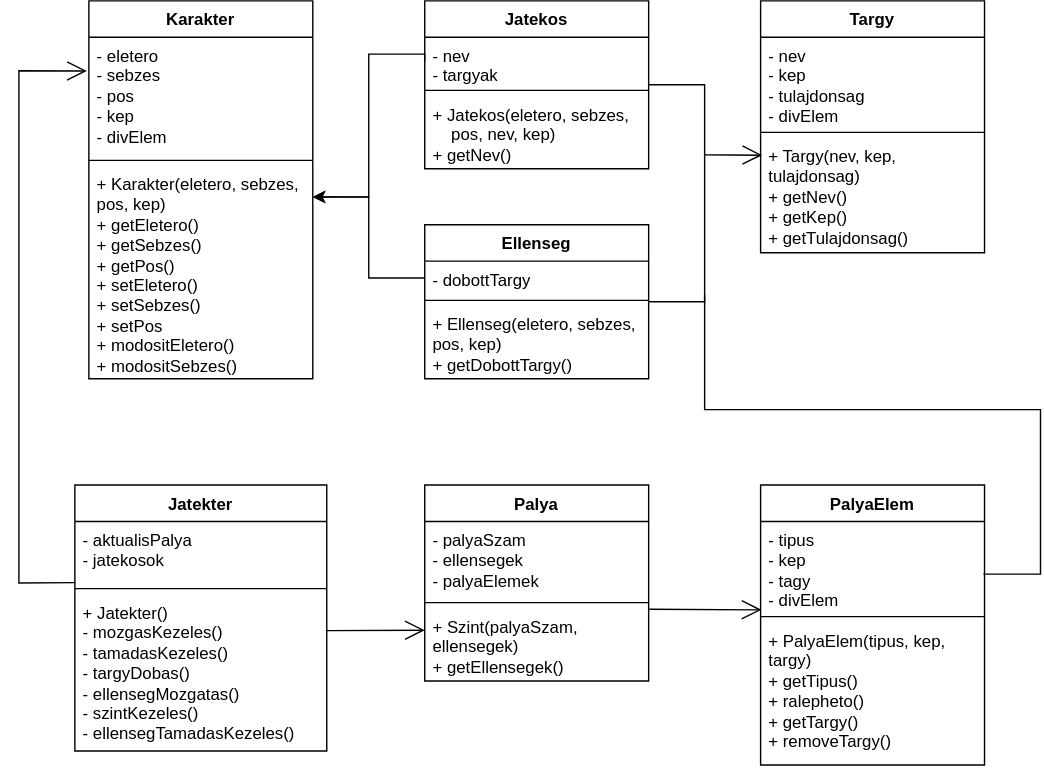
Earlier version of the draw.io export Dokumentumok/Jatek_Osztalyok.svg (Ez-meg-egyes/Multiplayer-jatek). Source tidied: cells renumbered, new cells last; positions are measured from the earlier drawing's top-left corner, leaving out a move shared by most shapes. Source of this version:
```xml
<mxGraphModel>
  <root>
    <mxCell id="0" />
    <mxCell id="1" parent="0" />
    <mxCell id="2" value="Targy" style="swimlane;fontStyle=1;align=center;verticalAlign=top;horizontal=1;startSize=26;whiteSpace=wrap;html=1;" parent="1" vertex="1">
      <mxGeometry x="530" width="160" height="180" as="geometry" />
    </mxCell>
    <mxCell id="3" value="- nev&lt;br&gt;- kep&lt;br&gt;- tulajdonsag&lt;br&gt;- divElem" style="text;strokeColor=none;fillColor=none;align=left;verticalAlign=top;spacingLeft=4;spacingRight=4;overflow=hidden;points=[[0,0.5],[1,0.5]];portConstraint=eastwest;whiteSpace=wrap;html=1;" parent="2" vertex="1">
      <mxGeometry y="26" width="160" height="64" as="geometry" />
    </mxCell>
    <mxCell id="4" style="line;strokeWidth=1;fillColor=none;align=left;verticalAlign=middle;spacingTop=-1;spacingLeft=3;spacingRight=3;labelPosition=right;strokeColor=inherit;" parent="2" vertex="1">
      <mxGeometry y="90" width="160" height="8" as="geometry" />
    </mxCell>
    <mxCell id="5" value="+ Targy(nev, kep, tulajdonsag)&lt;br&gt;+ getNev()&lt;br&gt;+ getKep()&lt;br&gt;+ getTulajdonsag()" style="text;strokeColor=none;fillColor=none;align=left;verticalAlign=top;spacingLeft=4;spacingRight=4;overflow=hidden;points=[[0,0.5],[1,0.5]];portConstraint=eastwest;whiteSpace=wrap;html=1;" parent="2" vertex="1">
      <mxGeometry y="98" width="160" height="82" as="geometry" />
    </mxCell>
    <mxCell id="6" value="Palya" style="swimlane;fontStyle=1;align=center;verticalAlign=top;horizontal=1;startSize=26;whiteSpace=wrap;html=1;" parent="1" vertex="1">
      <mxGeometry x="290" y="346" width="160" height="140" as="geometry" />
    </mxCell>
    <mxCell id="7" value="- palyaSzam&lt;br&gt;- ellensegek&lt;br&gt;- palyaElemek" style="text;strokeColor=none;fillColor=none;align=left;verticalAlign=top;spacingLeft=4;spacingRight=4;overflow=hidden;whiteSpace=wrap;html=1;" parent="6" vertex="1">
      <mxGeometry y="26" width="160" height="54" as="geometry" />
    </mxCell>
    <mxCell id="8" style="line;strokeWidth=1;fillColor=none;align=left;verticalAlign=middle;spacingTop=-1;spacingLeft=3;spacingRight=3;labelPosition=right;strokeColor=inherit;" parent="6" vertex="1">
      <mxGeometry y="80" width="160" height="8" as="geometry" />
    </mxCell>
    <mxCell id="9" style="endArrow=open;endFill=1;endSize=12;html=1;rounded=0;entryX=0;entryY=0.302;entryDx=0;entryDy=0;entryPerimeter=0;" parent="6" edge="1" target="10">
      <mxGeometry relative="1" as="geometry">
        <mxPoint x="-70" y="104" as="sourcePoint" />
      </mxGeometry>
    </mxCell>
    <mxCell id="10" value="+ Szint(palyaSzam, ellensegek)&lt;br&gt;+ getEllensegek()" style="text;strokeColor=none;fillColor=none;align=left;verticalAlign=top;spacingLeft=4;spacingRight=4;overflow=hidden;points=[[0,0.5],[1,0.5]];portConstraint=eastwest;whiteSpace=wrap;html=1;" parent="6" vertex="1">
      <mxGeometry y="88" width="160" height="52" as="geometry" />
    </mxCell>
    <mxCell id="11" style="edgeStyle=orthogonalEdgeStyle;rounded=0;jettySize=auto;html=1;exitX=0;exitY=0.5;exitDx=0;exitDy=0;entryX=1;entryY=0.146;entryDx=0;entryDy=0;entryPerimeter=0;" parent="1" edge="1" source="13" target="27">
      <mxGeometry relative="1" as="geometry">
        <Array as="points">
          <mxPoint x="250" y="198" />
          <mxPoint x="250" y="140" />
        </Array>
      </mxGeometry>
    </mxCell>
    <mxCell id="12" value="Ellenseg" style="swimlane;fontStyle=1;align=center;verticalAlign=top;horizontal=1;startSize=26;whiteSpace=wrap;html=1;" parent="1" vertex="1">
      <mxGeometry x="290" y="160" width="160" height="110" as="geometry" />
    </mxCell>
    <mxCell id="13" value="- dobottTargy" style="text;strokeColor=none;fillColor=none;align=left;verticalAlign=top;spacingLeft=4;spacingRight=4;overflow=hidden;points=[[0,0.5],[1,0.5]];portConstraint=eastwest;whiteSpace=wrap;html=1;" parent="12" vertex="1">
      <mxGeometry y="26" width="160" height="24" as="geometry" />
    </mxCell>
    <mxCell id="14" style="line;strokeWidth=1;fillColor=none;align=left;verticalAlign=middle;spacingTop=-1;spacingLeft=3;spacingRight=3;labelPosition=right;strokeColor=inherit;" parent="12" vertex="1">
      <mxGeometry y="50" width="160" height="8" as="geometry" />
    </mxCell>
    <mxCell id="15" value="+ Ellenseg(eletero, sebzes, pos, kep)&lt;br&gt;+ getDobottTargy()" style="text;strokeColor=none;fillColor=none;align=left;verticalAlign=top;spacingLeft=4;spacingRight=4;overflow=hidden;whiteSpace=wrap;html=1;" parent="12" vertex="1">
      <mxGeometry y="58" width="160" height="52" as="geometry" />
    </mxCell>
    <mxCell id="16" value="Jatekos" style="swimlane;fontStyle=1;align=center;verticalAlign=top;horizontal=1;startSize=26;whiteSpace=wrap;html=1;" parent="1" vertex="1">
      <mxGeometry x="290" width="160" height="120" as="geometry" />
    </mxCell>
    <mxCell id="17" value="- nev&lt;br&gt;- targyak" style="text;strokeColor=none;fillColor=none;align=left;verticalAlign=top;spacingLeft=4;spacingRight=4;overflow=hidden;points=[[0,0.5],[1,0.5]];portConstraint=eastwest;whiteSpace=wrap;html=1;" parent="16" vertex="1">
      <mxGeometry y="26" width="160" height="34" as="geometry" />
    </mxCell>
    <mxCell id="18" style="line;strokeWidth=1;fillColor=none;align=left;verticalAlign=middle;spacingTop=-1;spacingLeft=3;spacingRight=3;labelPosition=right;strokeColor=inherit;" parent="16" vertex="1">
      <mxGeometry y="60" width="160" height="8" as="geometry" />
    </mxCell>
    <mxCell id="19" value="+ Jatekos(eletero, sebzes, &lt;br&gt;&lt;span style=&quot;&quot;&gt;&lt;span style=&quot;&quot;&gt;&amp;nbsp;&amp;nbsp;&amp;nbsp;&amp;nbsp;&lt;/span&gt;&lt;/span&gt;pos, nev, kep)&lt;br&gt;+ getNev()" style="text;strokeColor=none;fillColor=none;align=left;verticalAlign=top;spacingLeft=4;spacingRight=4;overflow=hidden;whiteSpace=wrap;html=1;" parent="16" vertex="1">
      <mxGeometry y="68" width="160" height="52" as="geometry" />
    </mxCell>
    <mxCell id="20" value="Jatekter" style="swimlane;fontStyle=1;align=center;verticalAlign=top;horizontal=1;startSize=26;whiteSpace=wrap;html=1;" parent="1" vertex="1">
      <mxGeometry x="40" y="346" width="180" height="190" as="geometry" />
    </mxCell>
    <mxCell id="21" value="- aktualisPalya&lt;br&gt;- jatekosok" style="text;strokeColor=none;fillColor=none;align=left;verticalAlign=top;spacingLeft=4;spacingRight=4;overflow=hidden;points=[[0,0.5],[1,0.5]];portConstraint=eastwest;whiteSpace=wrap;html=1;" parent="20" vertex="1">
      <mxGeometry y="26" width="180" height="44" as="geometry" />
    </mxCell>
    <mxCell id="22" style="line;strokeWidth=1;fillColor=none;align=left;verticalAlign=middle;spacingTop=-1;spacingLeft=3;spacingRight=3;labelPosition=right;strokeColor=inherit;" parent="20" vertex="1">
      <mxGeometry y="70" width="180" height="8" as="geometry" />
    </mxCell>
    <mxCell id="23" value="+ Jatekter()&lt;br&gt;- mozgasKezeles()&lt;br&gt;- tamadasKezeles()&lt;br&gt;- targyDobas()&lt;br&gt;- ellensegMozgatas()&lt;br&gt;- szintKezeles()&lt;br&gt;- ellensegTamadasKezeles()&lt;br&gt;" style="text;strokeColor=none;fillColor=none;align=left;verticalAlign=top;spacingLeft=4;spacingRight=4;overflow=hidden;whiteSpace=wrap;html=1;" parent="20" vertex="1">
      <mxGeometry y="78" width="180" height="112" as="geometry" />
    </mxCell>
    <mxCell id="24" value="Karakter" style="swimlane;fontStyle=1;align=center;verticalAlign=top;horizontal=1;startSize=26;whiteSpace=wrap;html=1;" parent="1" vertex="1">
      <mxGeometry x="50" width="160" height="270" as="geometry" />
    </mxCell>
    <mxCell id="25" value="- eletero&lt;br&gt;- sebzes&lt;br&gt;- pos&lt;br&gt;- kep&lt;br&gt;- divElem" style="text;strokeColor=none;fillColor=none;align=left;verticalAlign=top;spacingLeft=4;spacingRight=4;overflow=hidden;points=[[0,0.5],[1,0.5]];portConstraint=eastwest;whiteSpace=wrap;html=1;" parent="24" vertex="1">
      <mxGeometry y="26" width="160" height="84" as="geometry" />
    </mxCell>
    <mxCell id="26" style="line;strokeWidth=1;fillColor=none;align=left;verticalAlign=middle;spacingTop=-1;spacingLeft=3;spacingRight=3;labelPosition=right;strokeColor=inherit;" parent="24" vertex="1">
      <mxGeometry y="110" width="160" height="8" as="geometry" />
    </mxCell>
    <mxCell id="27" value="+ Karakter(eletero, sebzes, pos, kep)&lt;br&gt;+ getEletero()&lt;br&gt;+ getSebzes()&lt;br&gt;+ getPos()&lt;br&gt;+ setEletero()&lt;br&gt;+ setSebzes()&lt;br&gt;+ setPos&lt;br&gt;+ modositEletero()&lt;br&gt;+ modositSebzes()" style="text;strokeColor=none;fillColor=none;align=left;verticalAlign=top;spacingLeft=4;spacingRight=4;overflow=hidden;points=[[0,0.5],[1,0.5]];portConstraint=eastwest;whiteSpace=wrap;html=1;" parent="24" vertex="1">
      <mxGeometry y="118" width="160" height="152" as="geometry" />
    </mxCell>
    <mxCell id="28" value="PalyaElem" style="swimlane;fontStyle=1;align=center;verticalAlign=top;horizontal=1;startSize=26;whiteSpace=wrap;html=1;" parent="1" vertex="1">
      <mxGeometry x="530" y="346" width="160" height="200" as="geometry" />
    </mxCell>
    <mxCell id="29" value="- tipus&lt;br&gt;- kep&lt;br&gt;- tagy&lt;br&gt;- divElem" style="text;strokeColor=none;fillColor=none;align=left;verticalAlign=top;spacingLeft=4;spacingRight=4;overflow=hidden;points=[[0,0.5],[1,0.5]];portConstraint=eastwest;whiteSpace=wrap;html=1;" parent="28" vertex="1">
      <mxGeometry y="26" width="160" height="64" as="geometry" />
    </mxCell>
    <mxCell id="30" style="line;strokeWidth=1;fillColor=none;align=left;verticalAlign=middle;spacingTop=-1;spacingLeft=3;spacingRight=3;labelPosition=right;strokeColor=inherit;" parent="28" vertex="1">
      <mxGeometry y="90" width="160" height="8" as="geometry" />
    </mxCell>
    <mxCell id="31" value="+ PalyaElem(tipus, kep, targy)&lt;br&gt;+ getTipus()&lt;br&gt;+ ralepheto()&lt;br&gt;+ getTargy()&lt;br&gt;+ removeTargy()&lt;br&gt;" style="text;strokeColor=none;fillColor=none;align=left;verticalAlign=top;spacingLeft=4;spacingRight=4;overflow=hidden;whiteSpace=wrap;html=1;" parent="28" vertex="1">
      <mxGeometry y="98" width="160" height="102" as="geometry" />
    </mxCell>
    <mxCell id="32" style="edgeStyle=orthogonalEdgeStyle;rounded=0;jettySize=auto;html=1;exitX=0;exitY=0.5;exitDx=0;exitDy=0;entryX=1;entryY=0.151;entryDx=0;entryDy=0;entryPerimeter=0;" parent="1" edge="1" source="17" target="27">
      <mxGeometry relative="1" as="geometry">
        <Array as="points">
          <mxPoint x="250" y="38" />
          <mxPoint x="250" y="140" />
          <mxPoint x="210" y="140" />
        </Array>
      </mxGeometry>
    </mxCell>
    <mxCell id="33" style="endArrow=open;endFill=1;endSize=12;html=1;rounded=0;exitX=1.003;exitY=0.015;exitDx=0;exitDy=0;exitPerimeter=0;entryX=0.004;entryY=0.987;entryDx=0;entryDy=0;entryPerimeter=0;" parent="1" edge="1" source="10" target="29">
      <mxGeometry relative="1" as="geometry" />
    </mxCell>
    <mxCell id="34" style="endArrow=open;endFill=1;endSize=12;html=1;rounded=0;entryX=0.007;entryY=0.15;entryDx=0;entryDy=0;entryPerimeter=0;" parent="1" edge="1" target="5">
      <mxGeometry relative="1" as="geometry">
        <mxPoint x="450" y="60" as="sourcePoint" />
        <Array as="points">
          <mxPoint x="490" y="60" />
          <mxPoint x="490" y="110" />
        </Array>
      </mxGeometry>
    </mxCell>
    <mxCell id="35" style="endArrow=none;html=1;edgeStyle=orthogonalEdgeStyle;rounded=0;exitX=1;exitY=0.5;exitDx=0;exitDy=0;" parent="1" edge="1" source="12">
      <mxGeometry relative="1" as="geometry">
        <mxPoint x="490" y="110" as="targetPoint" />
        <Array as="points">
          <mxPoint x="490" y="215" />
        </Array>
      </mxGeometry>
    </mxCell>
    <mxCell id="36" style="endArrow=none;html=1;edgeStyle=orthogonalEdgeStyle;rounded=0;exitX=0.995;exitY=0.588;exitDx=0;exitDy=0;exitPerimeter=0;" parent="1" edge="1" source="29">
      <mxGeometry relative="1" as="geometry">
        <mxPoint x="490" y="210" as="targetPoint" />
        <Array as="points">
          <mxPoint x="730" y="410" />
          <mxPoint x="730" y="292" />
          <mxPoint x="490" y="292" />
        </Array>
      </mxGeometry>
    </mxCell>
    <mxCell id="37" style="endArrow=open;endFill=1;endSize=12;html=1;rounded=0;exitX=0.002;exitY=0.994;exitDx=0;exitDy=0;exitPerimeter=0;entryX=-0.009;entryY=0.287;entryDx=0;entryDy=0;entryPerimeter=0;" parent="1" edge="1" source="21" target="25">
      <mxGeometry relative="1" as="geometry">
        <Array as="points">
          <mxPoint y="416" />
          <mxPoint y="50" />
        </Array>
      </mxGeometry>
    </mxCell>
  </root>
</mxGraphModel>
```
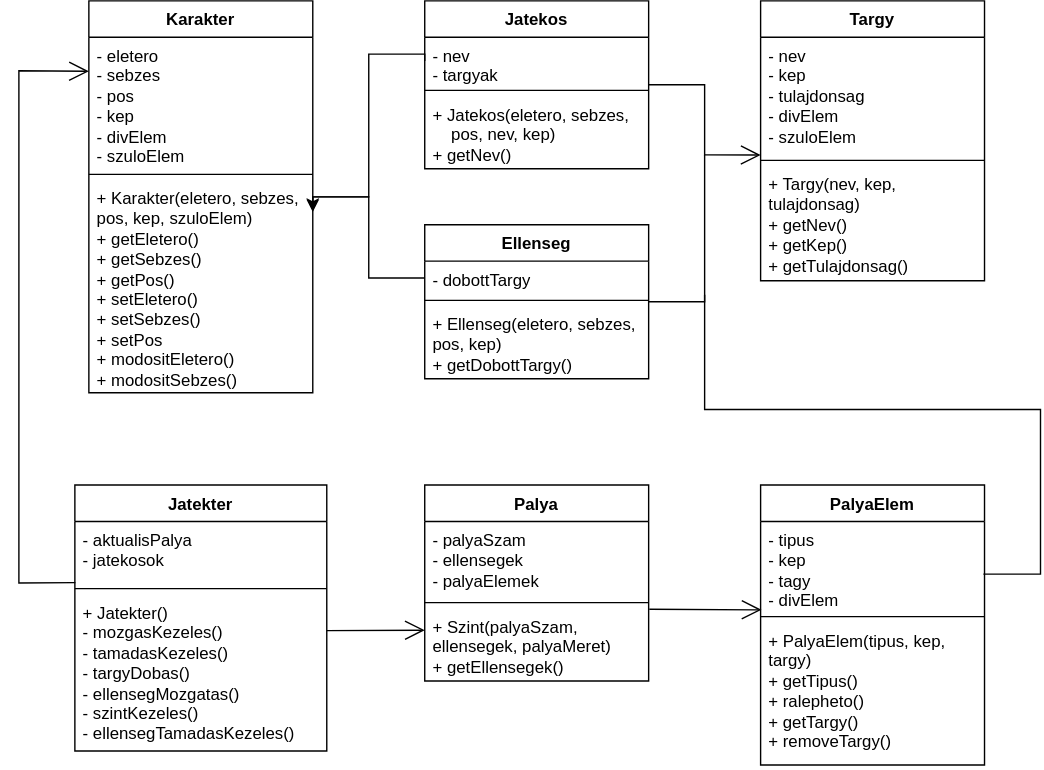
The same file after the commit.

Commit message:
UML-módosítása

What changed in the source:
```diff
@@ -3,16 +3,16 @@
     <mxCell id="0" />
     <mxCell id="1" parent="0" />
     <mxCell id="2" value="Targy" style="swimlane;fontStyle=1;align=center;verticalAlign=top;horizontal=1;startSize=26;whiteSpace=wrap;html=1;" parent="1" vertex="1">
-      <mxGeometry x="530" width="160" height="180" as="geometry" />
+      <mxGeometry x="530" width="160" height="200" as="geometry" />
     </mxCell>
-    <mxCell id="3" value="- nev&lt;br&gt;- kep&lt;br&gt;- tulajdonsag&lt;br&gt;- divElem" style="text;strokeColor=none;fillColor=none;align=left;verticalAlign=top;spacingLeft=4;spacingRight=4;overflow=hidden;points=[[0,0.5],[1,0.5]];portConstraint=eastwest;whiteSpace=wrap;html=1;" parent="2" vertex="1">
-      <mxGeometry y="26" width="160" height="64" as="geometry" />
+    <mxCell id="3" value="- nev&lt;br&gt;- kep&lt;br&gt;- tulajdonsag&lt;br&gt;- divElem&lt;br&gt;- szuloElem" style="text;strokeColor=none;fillColor=none;align=left;verticalAlign=top;spacingLeft=4;spacingRight=4;overflow=hidden;points=[[0,0.5],[1,0.5]];portConstraint=eastwest;whiteSpace=wrap;html=1;" parent="2" vertex="1">
+      <mxGeometry y="26" width="160" height="84" as="geometry" />
     </mxCell>
     <mxCell id="4" style="line;strokeWidth=1;fillColor=none;align=left;verticalAlign=middle;spacingTop=-1;spacingLeft=3;spacingRight=3;labelPosition=right;strokeColor=inherit;" parent="2" vertex="1">
-      <mxGeometry y="90" width="160" height="8" as="geometry" />
+      <mxGeometry y="110" width="160" height="8" as="geometry" />
     </mxCell>
     <mxCell id="5" value="+ Targy(nev, kep, tulajdonsag)&lt;br&gt;+ getNev()&lt;br&gt;+ getKep()&lt;br&gt;+ getTulajdonsag()" style="text;strokeColor=none;fillColor=none;align=left;verticalAlign=top;spacingLeft=4;spacingRight=4;overflow=hidden;points=[[0,0.5],[1,0.5]];portConstraint=eastwest;whiteSpace=wrap;html=1;" parent="2" vertex="1">
-      <mxGeometry y="98" width="160" height="82" as="geometry" />
+      <mxGeometry y="118" width="160" height="82" as="geometry" />
     </mxCell>
     <mxCell id="6" value="Palya" style="swimlane;fontStyle=1;align=center;verticalAlign=top;horizontal=1;startSize=26;whiteSpace=wrap;html=1;" parent="1" vertex="1">
       <mxGeometry x="290" y="346" width="160" height="140" as="geometry" />
@@ -28,7 +28,7 @@
         <mxPoint x="-70" y="104" as="sourcePoint" />
       </mxGeometry>
     </mxCell>
-    <mxCell id="10" value="+ Szint(palyaSzam, ellensegek)&lt;br&gt;+ getEllensegek()" style="text;strokeColor=none;fillColor=none;align=left;verticalAlign=top;spacingLeft=4;spacingRight=4;overflow=hidden;points=[[0,0.5],[1,0.5]];portConstraint=eastwest;whiteSpace=wrap;html=1;" parent="6" vertex="1">
+    <mxCell id="10" value="+ Szint(palyaSzam, ellensegek, palyaMeret)&lt;br&gt;+ getEllensegek()" style="text;strokeColor=none;fillColor=none;align=left;verticalAlign=top;spacingLeft=4;spacingRight=4;overflow=hidden;points=[[0,0.5],[1,0.5]];portConstraint=eastwest;whiteSpace=wrap;html=1;" parent="6" vertex="1">
       <mxGeometry y="88" width="160" height="52" as="geometry" />
     </mxCell>
     <mxCell id="11" style="edgeStyle=orthogonalEdgeStyle;rounded=0;jettySize=auto;html=1;exitX=0;exitY=0.5;exitDx=0;exitDy=0;entryX=1;entryY=0.146;entryDx=0;entryDy=0;entryPerimeter=0;" parent="1" edge="1" source="13" target="27">
@@ -76,16 +76,16 @@
       <mxGeometry y="78" width="180" height="112" as="geometry" />
     </mxCell>
     <mxCell id="24" value="Karakter" style="swimlane;fontStyle=1;align=center;verticalAlign=top;horizontal=1;startSize=26;whiteSpace=wrap;html=1;" parent="1" vertex="1">
-      <mxGeometry x="50" width="160" height="270" as="geometry" />
+      <mxGeometry x="50" width="160" height="280" as="geometry" />
     </mxCell>
-    <mxCell id="25" value="- eletero&lt;br&gt;- sebzes&lt;br&gt;- pos&lt;br&gt;- kep&lt;br&gt;- divElem" style="text;strokeColor=none;fillColor=none;align=left;verticalAlign=top;spacingLeft=4;spacingRight=4;overflow=hidden;points=[[0,0.5],[1,0.5]];portConstraint=eastwest;whiteSpace=wrap;html=1;" parent="24" vertex="1">
-      <mxGeometry y="26" width="160" height="84" as="geometry" />
+    <mxCell id="25" value="- eletero&lt;br&gt;- sebzes&lt;br&gt;- pos&lt;br&gt;- kep&lt;br&gt;- divElem&lt;br&gt;- szuloElem" style="text;strokeColor=none;fillColor=none;align=left;verticalAlign=top;spacingLeft=4;spacingRight=4;overflow=hidden;points=[[0,0.5],[1,0.5]];portConstraint=eastwest;whiteSpace=wrap;html=1;" parent="24" vertex="1">
+      <mxGeometry y="26" width="160" height="94" as="geometry" />
     </mxCell>
     <mxCell id="26" style="line;strokeWidth=1;fillColor=none;align=left;verticalAlign=middle;spacingTop=-1;spacingLeft=3;spacingRight=3;labelPosition=right;strokeColor=inherit;" parent="24" vertex="1">
-      <mxGeometry y="110" width="160" height="8" as="geometry" />
+      <mxGeometry y="120" width="160" height="8" as="geometry" />
     </mxCell>
-    <mxCell id="27" value="+ Karakter(eletero, sebzes, pos, kep)&lt;br&gt;+ getEletero()&lt;br&gt;+ getSebzes()&lt;br&gt;+ getPos()&lt;br&gt;+ setEletero()&lt;br&gt;+ setSebzes()&lt;br&gt;+ setPos&lt;br&gt;+ modositEletero()&lt;br&gt;+ modositSebzes()" style="text;strokeColor=none;fillColor=none;align=left;verticalAlign=top;spacingLeft=4;spacingRight=4;overflow=hidden;points=[[0,0.5],[1,0.5]];portConstraint=eastwest;whiteSpace=wrap;html=1;" parent="24" vertex="1">
-      <mxGeometry y="118" width="160" height="152" as="geometry" />
+    <mxCell id="27" value="+ Karakter(eletero, sebzes, pos, kep, szuloElem)&lt;br&gt;+ getEletero()&lt;br&gt;+ getSebzes()&lt;br&gt;+ getPos()&lt;br&gt;+ setEletero()&lt;br&gt;+ setSebzes()&lt;br&gt;+ setPos&lt;br&gt;+ modositEletero()&lt;br&gt;+ modositSebzes()" style="text;strokeColor=none;fillColor=none;align=left;verticalAlign=top;spacingLeft=4;spacingRight=4;overflow=hidden;points=[[0,0.5],[1,0.5]];portConstraint=eastwest;whiteSpace=wrap;html=1;" parent="24" vertex="1">
+      <mxGeometry y="128" width="160" height="152" as="geometry" />
     </mxCell>
     <mxCell id="28" value="PalyaElem" style="swimlane;fontStyle=1;align=center;verticalAlign=top;horizontal=1;startSize=26;whiteSpace=wrap;html=1;" parent="1" vertex="1">
       <mxGeometry x="530" y="346" width="160" height="200" as="geometry" />
@@ -111,7 +111,7 @@
     <mxCell id="33" style="endArrow=open;endFill=1;endSize=12;html=1;rounded=0;exitX=1.003;exitY=0.015;exitDx=0;exitDy=0;exitPerimeter=0;entryX=0.004;entryY=0.987;entryDx=0;entryDy=0;entryPerimeter=0;" parent="1" edge="1" source="10" target="29">
       <mxGeometry relative="1" as="geometry" />
     </mxCell>
-    <mxCell id="34" style="endArrow=open;endFill=1;endSize=12;html=1;rounded=0;entryX=0.007;entryY=0.15;entryDx=0;entryDy=0;entryPerimeter=0;" parent="1" edge="1" target="5">
+    <mxCell id="34" style="endArrow=open;endFill=1;endSize=12;html=1;rounded=0;entryX=0;entryY=1.002;entryDx=0;entryDy=0;entryPerimeter=0;" parent="1" edge="1" target="3">
       <mxGeometry relative="1" as="geometry">
         <mxPoint x="450" y="60" as="sourcePoint" />
         <Array as="points">
@@ -138,7 +138,7 @@
         </Array>
       </mxGeometry>
     </mxCell>
-    <mxCell id="37" style="endArrow=open;endFill=1;endSize=12;html=1;rounded=0;exitX=0.002;exitY=0.994;exitDx=0;exitDy=0;exitPerimeter=0;entryX=-0.009;entryY=0.287;entryDx=0;entryDy=0;entryPerimeter=0;" parent="1" edge="1" source="21" target="25">
+    <mxCell id="37" style="endArrow=open;endFill=1;endSize=12;html=1;rounded=0;exitX=0.002;exitY=0.994;exitDx=0;exitDy=0;exitPerimeter=0;entryX=0;entryY=0.259;entryDx=0;entryDy=0;entryPerimeter=0;" parent="1" edge="1" source="21" target="25">
       <mxGeometry relative="1" as="geometry">
         <Array as="points">
           <mxPoint y="416" />
```
